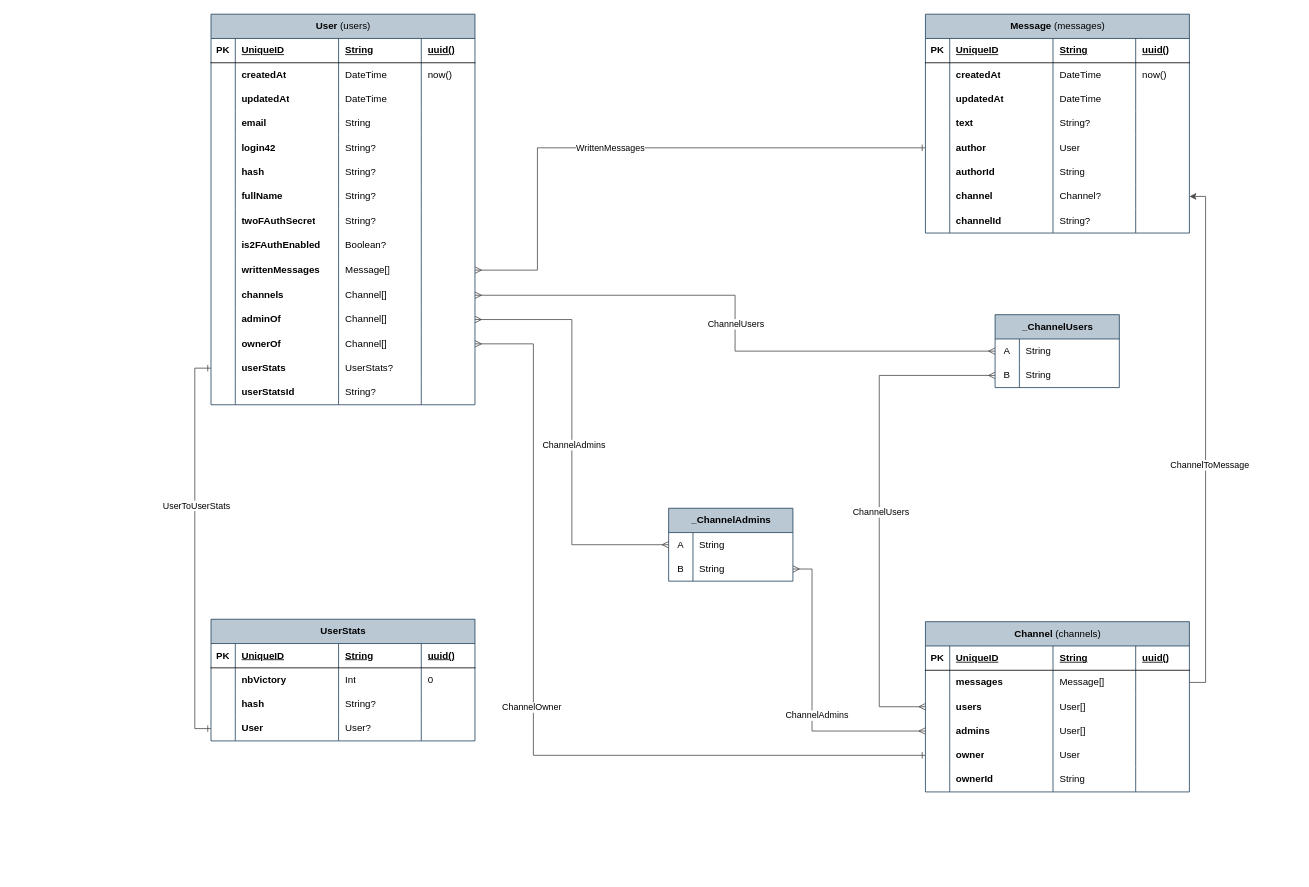
The draw.io diagram database.drawio in adcarnec/Pong, before the edit. Source tidied: cells renumbered, new cells numbered last; positions are measured from the earlier drawing's top-left corner, leaving out a move shared by most shapes. Both pictures are drawn from the tidied source at 81%, with x=0, y=0 at pixel (211, 14).
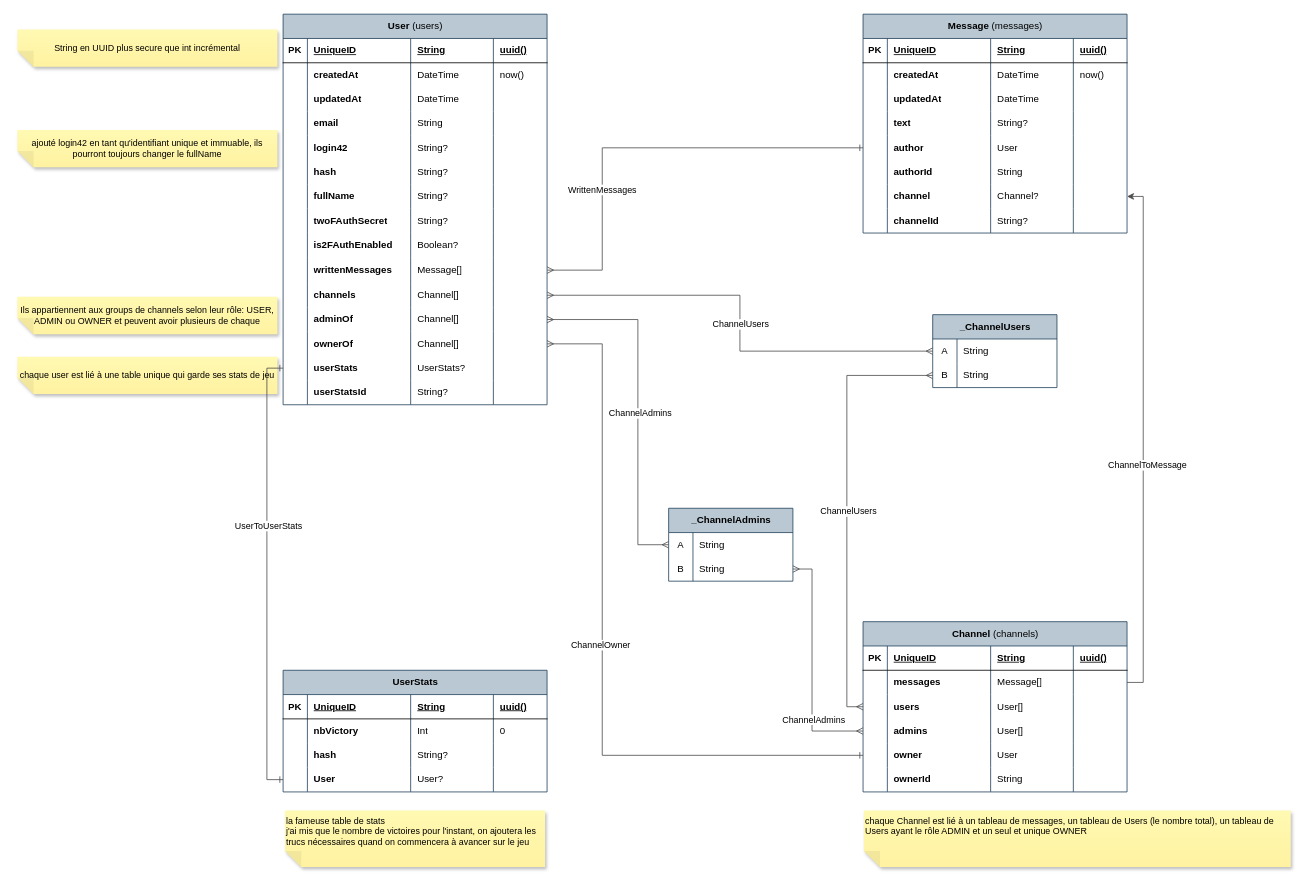
Above is the later version.

The change refers to these unchanged cells:
```xml
<mxCell id="48" style="shape=tableRow;horizontal=0;startSize=0;swimlaneHead=0;swimlaneBody=0;fillColor=none;points=[[0,0.5],[1,0.5]];portConstraint=eastwest;top=0;left=0;right=0;bottom=0;" parent="2" vertex="1">
  <mxGeometry y="300" width="325.9" height="32" as="geometry" />
</mxCell>
<mxCell id="58" style="shape=tableRow;horizontal=0;startSize=0;swimlaneHead=0;swimlaneBody=0;fillColor=none;points=[[0,0.5],[1,0.5]];portConstraint=eastwest;top=0;left=0;right=0;bottom=0;" parent="2" vertex="1">
  <mxGeometry y="362" width="325.9" height="30" as="geometry" />
</mxCell>
<mxCell id="63" style="shape=tableRow;horizontal=0;startSize=0;swimlaneHead=0;swimlaneBody=0;fillColor=none;points=[[0,0.5],[1,0.5]];portConstraint=eastwest;top=0;left=0;right=0;bottom=0;" parent="2" vertex="1">
  <mxGeometry y="392" width="325.9" height="30" as="geometry" />
</mxCell>
<mxCell id="112" style="shape=tableRow;horizontal=0;startSize=0;swimlaneHead=0;swimlaneBody=0;fillColor=none;points=[[0,0.5],[1,0.5]];portConstraint=eastwest;top=0;left=0;right=0;bottom=0;" parent="101" vertex="1">
  <mxGeometry y="90" width="325.9" height="30" as="geometry" />
</mxCell>
<mxCell id="122" style="shape=tableRow;horizontal=0;startSize=0;swimlaneHead=0;swimlaneBody=0;fillColor=none;points=[[0,0.5],[1,0.5]];portConstraint=eastwest;top=0;left=0;right=0;bottom=0;" parent="101" vertex="1">
  <mxGeometry y="150" width="325.9" height="30" as="geometry" />
</mxCell>
<mxCell id="155" style="shape=tableRow;horizontal=0;startSize=0;swimlaneHead=0;swimlaneBody=0;fillColor=none;points=[[0,0.5],[1,0.5]];portConstraint=eastwest;top=0;left=0;right=0;bottom=0;" parent="134" vertex="1">
  <mxGeometry y="150" width="325.9" height="30" as="geometry" />
</mxCell>
<mxCell id="181" style="shape=tableRow;horizontal=0;startSize=0;swimlaneHead=0;swimlaneBody=0;fillColor=none;points=[[0,0.5],[1,0.5]];portConstraint=eastwest;top=0;left=0;right=0;bottom=0;" parent="177" vertex="1">
  <mxGeometry y="60" width="153.4" height="30" as="geometry" />
</mxCell>
<mxCell id="185" style="shape=tableRow;horizontal=0;startSize=0;swimlaneHead=0;swimlaneBody=0;fillColor=none;points=[[0,0.5],[1,0.5]];portConstraint=eastwest;top=0;left=0;right=0;bottom=0;" parent="184" vertex="1">
  <mxGeometry y="30" width="153.4" height="30" as="geometry" />
</mxCell>
<mxCell id="199" style="edgeStyle=orthogonalEdgeStyle;rounded=0;jettySize=auto;html=1;startArrow=ERmany;startFill=0;endArrow=ERmany;endFill=0;strokeColor=#4D4D4D;" parent="1" edge="1" source="188" target="117">
  <mxGeometry relative="1" as="geometry">
    <Array as="points">
      <mxPoint x="742" y="685" />
      <mxPoint x="742" y="885" />
    </Array>
  </mxGeometry>
</mxCell>
```

Diff of the diagram source:
```diff
@@
+    <mxCell id="201" value="chaque user est lié&amp;nbsp;à une table unique qui garde ses stats de jeu" style="shape=note;whiteSpace=wrap;html=1;backgroundOutline=1;fontColor=#000000;darkOpacity=0.05;fillColor=#FFF9B2;strokeColor=none;fillStyle=solid;direction=west;gradientDirection=north;gradientColor=#FFF2A1;shadow=1;size=20;align=center;fontSize=11;" parent="1" vertex="1">
+      <mxGeometry x="-239" y="423" width="321" height="46" as="geometry" />
+    </mxCell>
     <mxCell id="2" value="User &lt;span style=&quot;font-weight: normal;&quot;&gt;(users)&lt;/span&gt;" style="shape=table;startSize=30;childLayout=tableLayout;rowLines=0;align=center;html=1;spacing=2;fontStyle=1;fillColor=#bac8d3;strokeColor=#23445d;" parent="1" vertex="1">
-      <mxGeometry width="325.9" height="482.2" as="geometry" />
+      <mxGeometry x="89" width="325.9" height="482.2" as="geometry" />
     </mxCell>
@@
     <mxCell id="78" value="UserStats" style="shape=table;startSize=30;childLayout=tableLayout;rowLines=0;align=center;html=1;spacing=2;fontStyle=1;fillColor=#bac8d3;strokeColor=#23445d;" parent="1" vertex="1">
-      <mxGeometry y="747" width="325.9" height="150.2" as="geometry" />
+      <mxGeometry x="89" y="810" width="325.9" height="150.2" as="geometry" />
     </mxCell>
@@
     <mxCell id="101" value="Channel &lt;span style=&quot;font-weight: normal;&quot;&gt;(channels)&lt;/span&gt;" style="shape=table;startSize=30;childLayout=tableLayout;rowLines=0;align=center;html=1;spacing=2;fontStyle=1;fillColor=#bac8d3;strokeColor=#23445d;" parent="1" vertex="1">
-      <mxGeometry x="882" y="750" width="325.9" height="210.2" as="geometry" />
+      <mxGeometry x="805" y="750" width="325.9" height="210.2" as="geometry" />
     </mxCell>
@@
     <mxCell id="132" style="edgeStyle=orthogonalEdgeStyle;rounded=0;jettySize=auto;html=1;startArrow=ERmany;startFill=0;endArrow=ERone;endFill=0;strokeColor=#4D4D4D;" parent="1" edge="1" source="63" target="122">
       <mxGeometry relative="1" as="geometry">
         <Array as="points">
-          <mxPoint x="398" y="407" />
-          <mxPoint x="398" y="915" />
+          <mxPoint x="483" y="407" />
+          <mxPoint x="483" y="915" />
         </Array>
       </mxGeometry>
     </mxCell>
@@
     <mxCell id="134" value="Message&amp;nbsp;&lt;span style=&quot;font-weight: normal;&quot;&gt;(messages)&lt;/span&gt;" style="shape=table;startSize=30;childLayout=tableLayout;rowLines=0;align=center;html=1;spacing=2;fontStyle=1;fillColor=#bac8d3;strokeColor=#23445d;" parent="1" vertex="1">
-      <mxGeometry x="882" width="325.9" height="270.2" as="geometry" />
+      <mxGeometry x="805" width="325.9" height="270.2" as="geometry" />
     </mxCell>
@@
     <mxCell id="175" style="edgeStyle=orthogonalEdgeStyle;rounded=0;jettySize=auto;html=1;startArrow=ERmany;startFill=0;endArrow=ERone;endFill=0;strokeColor=#4D4D4D;" parent="1" edge="1" source="48" target="155">
       <mxGeometry relative="1" as="geometry">
         <Array as="points">
-          <mxPoint x="403" y="316" />
-          <mxPoint x="403" y="165" />
+          <mxPoint x="483" y="316" />
+          <mxPoint x="483" y="165" />
         </Array>
       </mxGeometry>
     </mxCell>
     <mxCell id="176" value="WrittenMessages" style="edgeLabel;html=1;align=center;verticalAlign=middle;" parent="175" vertex="1">
-      <mxGeometry x="-0.1" y="1" relative="1" as="geometry" />
+      <mxGeometry x="-0.1" y="1" relative="1" as="geometry">
+        <mxPoint x="-24" y="52" as="offset" />
+      </mxGeometry>
     </mxCell>
     <mxCell id="177" value="_ChannelUsers" style="shape=table;startSize=30;childLayout=tableLayout;rowLines=0;fontStyle=1;align=center;html=1;fillColor=#bac8d3;strokeColor=#23445d;" parent="1" vertex="1">
-      <mxGeometry x="968" y="371" width="153.4" height="90" as="geometry" />
+      <mxGeometry x="891" y="371" width="153.4" height="90" as="geometry" />
     </mxCell>
@@
     <mxCell id="193" style="edgeStyle=orthogonalEdgeStyle;rounded=0;jettySize=auto;html=1;exitX=0;exitY=0.5;exitDx=0;exitDy=0;entryX=0;entryY=0.5;entryDx=0;entryDy=0;startArrow=ERmany;startFill=0;endArrow=ERmany;endFill=0;strokeColor=#4D4D4D;" parent="1" edge="1" source="181" target="112">
       <mxGeometry relative="1" as="geometry">
         <Array as="points">
-          <mxPoint x="825" y="446" />
-          <mxPoint x="825" y="855" />
+          <mxPoint x="785" y="446" />
+          <mxPoint x="785" y="855" />
         </Array>
       </mxGeometry>
     </mxCell>
@@
     <mxCell id="197" style="edgeStyle=orthogonalEdgeStyle;rounded=0;jettySize=auto;html=1;startArrow=ERmany;startFill=0;endArrow=ERmany;endFill=0;strokeColor=#4D4D4D;" parent="1" edge="1" source="185" target="58">
-      <mxGeometry relative="1" as="geometry" />
+      <mxGeometry relative="1" as="geometry">
+        <Array as="points">
+          <mxPoint x="527" y="655" />
+          <mxPoint x="527" y="377" />
+        </Array>
+      </mxGeometry>
     </mxCell>
@@
     <mxCell id="200" value="ChannelAdmins" style="edgeLabel;html=1;align=center;verticalAlign=middle;" parent="199" vertex="1">
       <mxGeometry x="0.24" y="-1" relative="1" as="geometry">
-        <mxPoint x="4" y="-21" as="offset" />
+        <mxPoint x="2" y="31" as="offset" />
       </mxGeometry>
     </mxCell>
+    <mxCell id="202" value="String en UUID plus secure que int incrémental" style="shape=note;whiteSpace=wrap;html=1;backgroundOutline=1;fontColor=#000000;darkOpacity=0.05;fillColor=#FFF9B2;strokeColor=none;fillStyle=solid;direction=west;gradientDirection=north;gradientColor=#FFF2A1;shadow=1;size=20;align=center;fontSize=11;" parent="1" vertex="1">
+      <mxGeometry x="-239" y="19" width="321" height="46" as="geometry" />
+    </mxCell>
+    <mxCell id="203" value="ajouté login42 en tant qu'identifiant unique et immuable, ils pourront toujours changer le fullName" style="shape=note;whiteSpace=wrap;html=1;backgroundOutline=1;fontColor=#000000;darkOpacity=0.05;fillColor=#FFF9B2;strokeColor=none;fillStyle=solid;direction=west;gradientDirection=north;gradientColor=#FFF2A1;shadow=1;size=20;align=center;fontSize=11;" parent="1" vertex="1">
+      <mxGeometry x="-239" y="143" width="321" height="46" as="geometry" />
+    </mxCell>
+    <mxCell id="204" value="Ils appartiennent aux groups de channels selon leur rôle: USER, ADMIN ou OWNER et peuvent avoir plusieurs de chaque" style="shape=note;whiteSpace=wrap;html=1;backgroundOutline=1;fontColor=#000000;darkOpacity=0.05;fillColor=#FFF9B2;strokeColor=none;fillStyle=solid;direction=west;gradientDirection=north;gradientColor=#FFF2A1;shadow=1;size=20;align=center;fontSize=11;" parent="1" vertex="1">
+      <mxGeometry x="-239" y="349" width="321" height="46" as="geometry" />
+    </mxCell>
+    <mxCell id="205" value="la fameuse table de stats&lt;br&gt;j'ai mis que le nombre de victoires pour l'instant, on ajoutera les trucs nécessaires quand on commencera à avancer sur le jeu" style="shape=note;whiteSpace=wrap;html=1;backgroundOutline=1;fontColor=#000000;darkOpacity=0.05;fillColor=#FFF9B2;strokeColor=none;fillStyle=solid;direction=west;gradientDirection=north;gradientColor=#FFF2A1;shadow=1;size=20;align=left;fontSize=11;verticalAlign=top;" parent="1" vertex="1">
+      <mxGeometry x="91.4" y="983" width="321" height="70" as="geometry" />
+    </mxCell>
+    <mxCell id="206" value="chaque Channel est lié à un tableau de messages, un tableau de Users (le nombre total), un tableau de Users ayant le&amp;nbsp;rôle ADMIN et un seul et unique OWNER" style="shape=note;whiteSpace=wrap;html=1;backgroundOutline=1;fontColor=#000000;darkOpacity=0.05;fillColor=#FFF9B2;strokeColor=none;fillStyle=solid;direction=west;gradientDirection=north;gradientColor=#FFF2A1;shadow=1;size=20;align=left;fontSize=11;verticalAlign=top;" parent="1" vertex="1">
+      <mxGeometry x="806" y="983" width="527" height="70" as="geometry" />
+    </mxCell>
```
